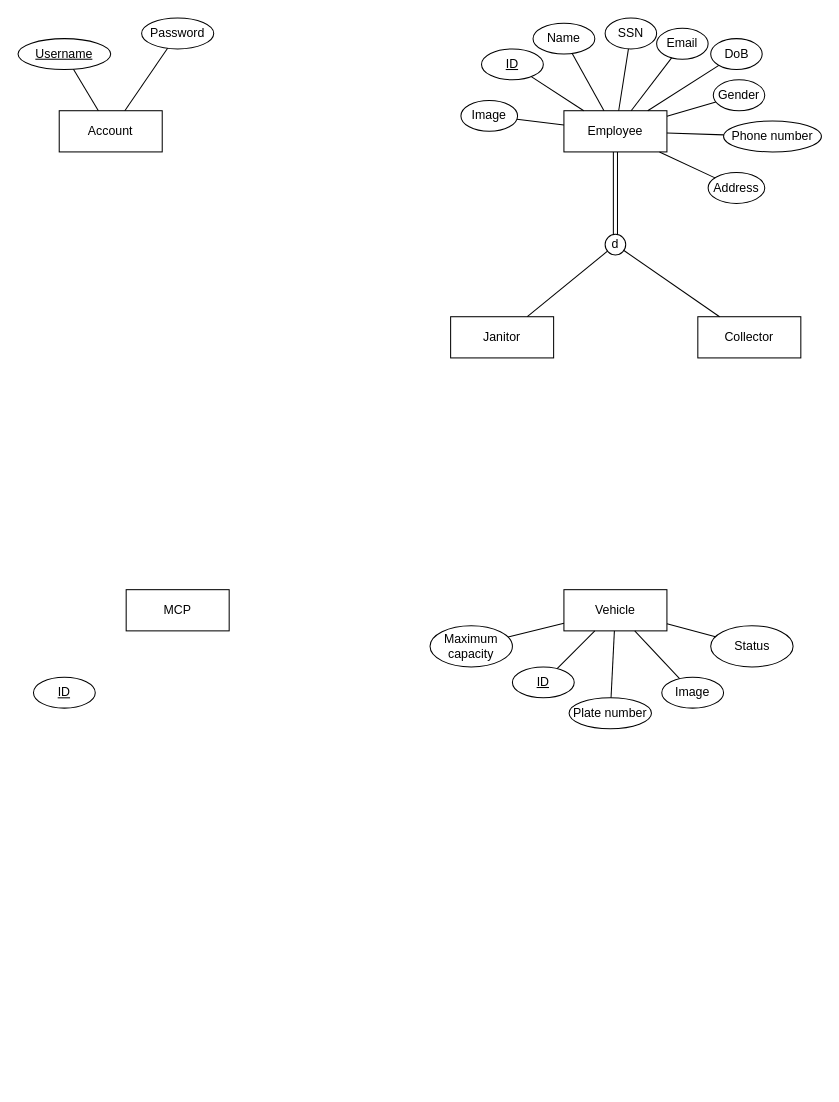
This is ERD.drawio from astr0tas/A-simple-chat-web-application, a draw.io file, before an edit. Source tidied: cells renumbered, new cells numbered last; positions are measured from the earlier drawing's top-left corner, leaving out a move shared by most shapes. Both pictures are drawn from the tidied source at 103%, with x=0, y=0 at pixel (18, 18).
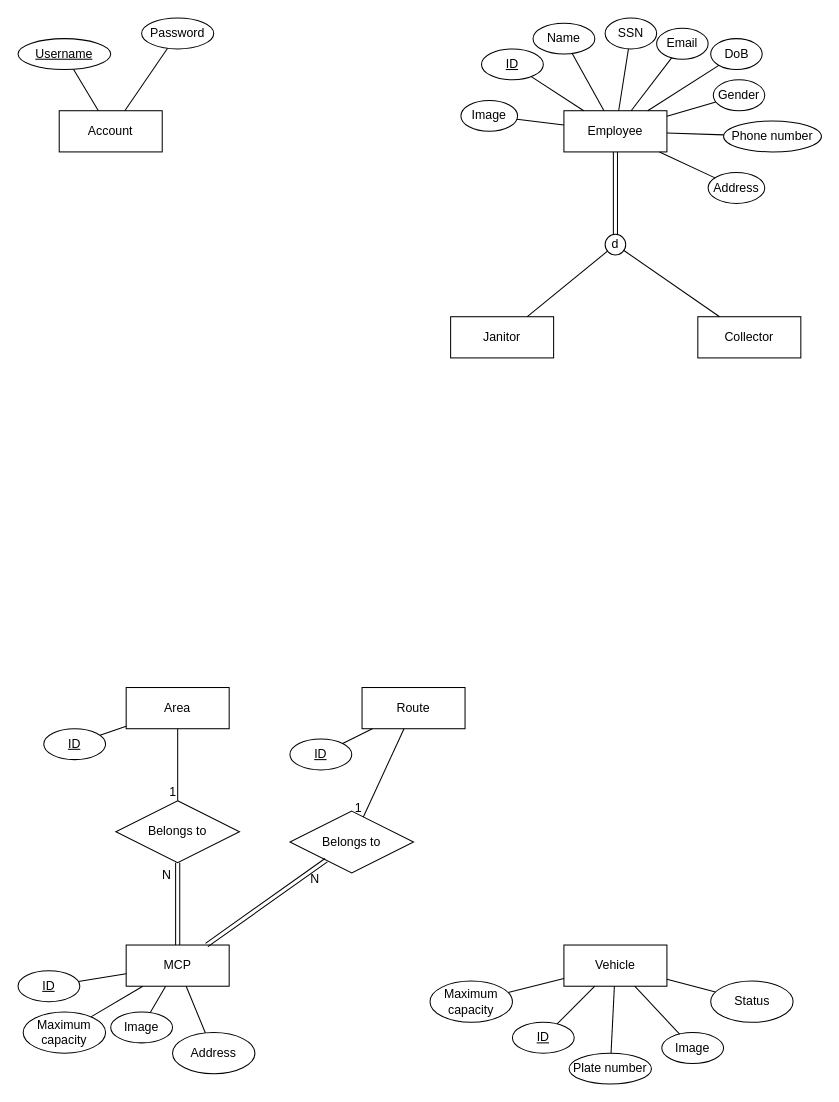
The same diagram, later.

Change to the diagram source:
```diff
@@
     <mxCell id="32" value="MCP" style="whiteSpace=wrap;html=1;align=center;" parent="1" vertex="1">
-      <mxGeometry x="105" y="555" width="100" height="40" as="geometry" />
+      <mxGeometry x="105" y="900" width="100" height="40" as="geometry" />
     </mxCell>
     <mxCell id="33" value="Vehicle" style="whiteSpace=wrap;html=1;align=center;" parent="1" vertex="1">
-      <mxGeometry x="530" y="555" width="100" height="40" as="geometry" />
+      <mxGeometry x="530" y="900" width="100" height="40" as="geometry" />
     </mxCell>
     <mxCell id="34" value="ID" style="ellipse;whiteSpace=wrap;html=1;align=center;fontStyle=4;" parent="1" vertex="1">
-      <mxGeometry x="15" y="640" width="60" height="30" as="geometry" />
+      <mxGeometry y="925" width="60" height="30" as="geometry" />
     </mxCell>
     <mxCell id="35" value="ID" style="ellipse;whiteSpace=wrap;html=1;align=center;fontStyle=4;" parent="1" vertex="1">
-      <mxGeometry x="480" y="630" width="60" height="30" as="geometry" />
+      <mxGeometry x="480" y="975" width="60" height="30" as="geometry" />
     </mxCell>
     <mxCell id="36" value="Plate number" style="ellipse;whiteSpace=wrap;html=1;align=center;" parent="1" vertex="1">
-      <mxGeometry x="535" y="660" width="80" height="30" as="geometry" />
+      <mxGeometry x="535" y="1005" width="80" height="30" as="geometry" />
     </mxCell>
     <mxCell id="37" value="Image" style="ellipse;whiteSpace=wrap;html=1;align=center;" parent="1" vertex="1">
-      <mxGeometry x="625" y="640" width="60" height="30" as="geometry" />
+      <mxGeometry x="625" y="985" width="60" height="30" as="geometry" />
     </mxCell>
     <mxCell id="38" value="Maximum capacity" style="ellipse;whiteSpace=wrap;html=1;align=center;" parent="1" vertex="1">
-      <mxGeometry x="400" y="590" width="80" height="40" as="geometry" />
+      <mxGeometry x="400" y="935" width="80" height="40" as="geometry" />
     </mxCell>
     <mxCell id="39" value="Status" style="ellipse;whiteSpace=wrap;html=1;align=center;" parent="1" vertex="1">
-      <mxGeometry x="672.5" y="590" width="80" height="40" as="geometry" />
+      <mxGeometry x="672.5" y="935" width="80" height="40" as="geometry" />
     </mxCell>
@@
+    <mxCell id="45" value="Maximum capacity" style="ellipse;whiteSpace=wrap;html=1;align=center;" parent="1" vertex="1">
+      <mxGeometry x="5" y="965" width="80" height="40" as="geometry" />
+    </mxCell>
+    <mxCell id="46" value="Image" style="ellipse;whiteSpace=wrap;html=1;align=center;" parent="1" vertex="1">
+      <mxGeometry x="90" y="965" width="60" height="30" as="geometry" />
+    </mxCell>
+    <mxCell id="47" style="endArrow=none;html=1;rounded=0;" parent="1" edge="1" source="32" target="34">
+      <mxGeometry relative="1" as="geometry" />
+    </mxCell>
+    <mxCell id="48" style="endArrow=none;html=1;rounded=0;" parent="1" edge="1" source="32" target="45">
+      <mxGeometry relative="1" as="geometry" />
+    </mxCell>
+    <mxCell id="49" style="endArrow=none;html=1;rounded=0;" parent="1" edge="1" source="32" target="46">
+      <mxGeometry relative="1" as="geometry" />
+    </mxCell>
+    <mxCell id="50" value="Area" style="whiteSpace=wrap;html=1;align=center;" parent="1" vertex="1">
+      <mxGeometry x="105" y="650" width="100" height="40" as="geometry" />
+    </mxCell>
+    <mxCell id="51" value="Route" style="whiteSpace=wrap;html=1;align=center;" parent="1" vertex="1">
+      <mxGeometry x="334" y="650" width="100" height="40" as="geometry" />
+    </mxCell>
+    <mxCell id="52" value="ID" style="ellipse;whiteSpace=wrap;html=1;align=center;fontStyle=4;" parent="1" vertex="1">
+      <mxGeometry x="25" y="690" width="60" height="30" as="geometry" />
+    </mxCell>
+    <mxCell id="53" value="ID" style="ellipse;whiteSpace=wrap;html=1;align=center;fontStyle=4;" parent="1" vertex="1">
+      <mxGeometry x="264" y="700" width="60" height="30" as="geometry" />
+    </mxCell>
+    <mxCell id="54" style="endArrow=none;html=1;rounded=0;" parent="1" edge="1" source="51" target="53">
+      <mxGeometry relative="1" as="geometry" />
+    </mxCell>
+    <mxCell id="55" style="endArrow=none;html=1;rounded=0;" parent="1" edge="1" source="50" target="52">
+      <mxGeometry relative="1" as="geometry" />
+    </mxCell>
+    <mxCell id="56" value="Belongs to" style="shape=rhombus;perimeter=rhombusPerimeter;whiteSpace=wrap;html=1;align=center;" parent="1" vertex="1">
+      <mxGeometry x="95" y="760" width="120" height="60" as="geometry" />
+    </mxCell>
+    <mxCell id="57" value="Belongs to" style="shape=rhombus;perimeter=rhombusPerimeter;whiteSpace=wrap;html=1;align=center;" parent="1" vertex="1">
+      <mxGeometry x="264" y="770" width="120" height="60" as="geometry" />
+    </mxCell>
+    <mxCell id="58" style="shape=link;html=1;rounded=0;" parent="1" edge="1" source="32" target="56">
+      <mxGeometry relative="1" as="geometry" />
+    </mxCell>
+    <mxCell id="59" value="N" style="html=1;whiteSpace=wrap;align=right;verticalAlign=bottom;" parent="58" vertex="1">
+      <mxGeometry x="1" relative="1" as="geometry">
+        <mxPoint x="-5" y="20" as="offset" />
+      </mxGeometry>
+    </mxCell>
+    <mxCell id="60" style="endArrow=none;html=1;rounded=0;" parent="1" edge="1" source="50" target="56">
+      <mxGeometry relative="1" as="geometry" />
+    </mxCell>
+    <mxCell id="61" value="1" style="html=1;whiteSpace=wrap;align=right;verticalAlign=bottom;" parent="60" vertex="1">
+      <mxGeometry x="1" relative="1" as="geometry" />
+    </mxCell>
+    <mxCell id="62" style="endArrow=none;html=1;rounded=0;" parent="1" edge="1" source="51" target="57">
+      <mxGeometry relative="1" as="geometry" />
+    </mxCell>
+    <mxCell id="63" value="1" style="html=1;whiteSpace=wrap;align=right;verticalAlign=bottom;" parent="62" vertex="1">
+      <mxGeometry x="1" relative="1" as="geometry" />
+    </mxCell>
+    <mxCell id="64" style="shape=link;html=1;rounded=0;" parent="1" edge="1" source="32" target="57">
+      <mxGeometry relative="1" as="geometry" />
+    </mxCell>
+    <mxCell id="65" value="N" style="html=1;whiteSpace=wrap;align=right;verticalAlign=bottom;" parent="64" vertex="1">
+      <mxGeometry x="1" relative="1" as="geometry">
+        <mxPoint x="-5" y="26" as="offset" />
+      </mxGeometry>
+    </mxCell>
+    <mxCell id="66" value="Address" style="ellipse;whiteSpace=wrap;html=1;align=center;" parent="1" vertex="1">
+      <mxGeometry x="150" y="985" width="80" height="40" as="geometry" />
+    </mxCell>
+    <mxCell id="67" style="endArrow=none;html=1;rounded=0;" parent="1" edge="1" source="32" target="66">
+      <mxGeometry relative="1" as="geometry" />
+    </mxCell>
```
